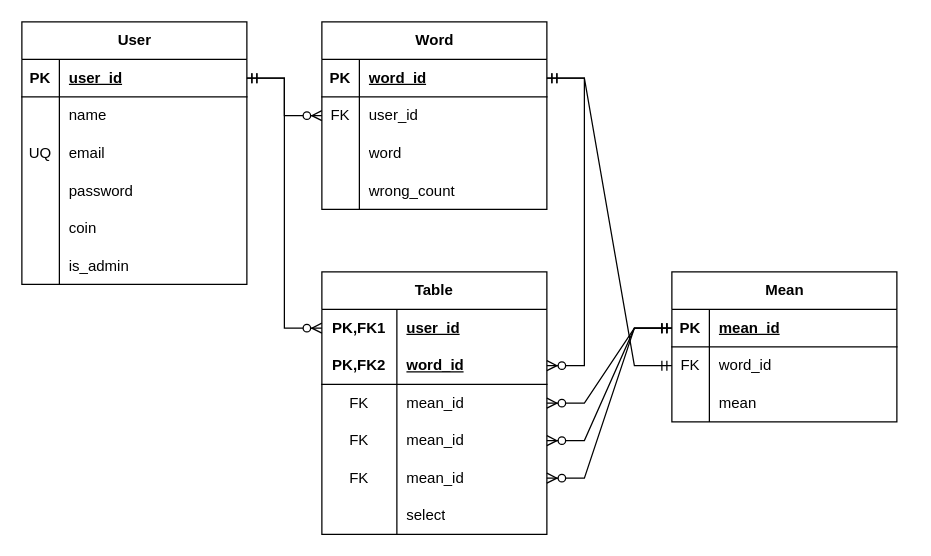
iixanx/triggers_report keeps this draw.io diagram as triggers.erd.drawio. Above is the earlier version. Source tidied: cells renumbered, new cells numbered last; positions are measured from the earlier drawing's top-left corner, leaving out a move shared by most shapes. Both pictures are drawn from the tidied source at 125%, with x=0, y=0 at pixel (21, 21).
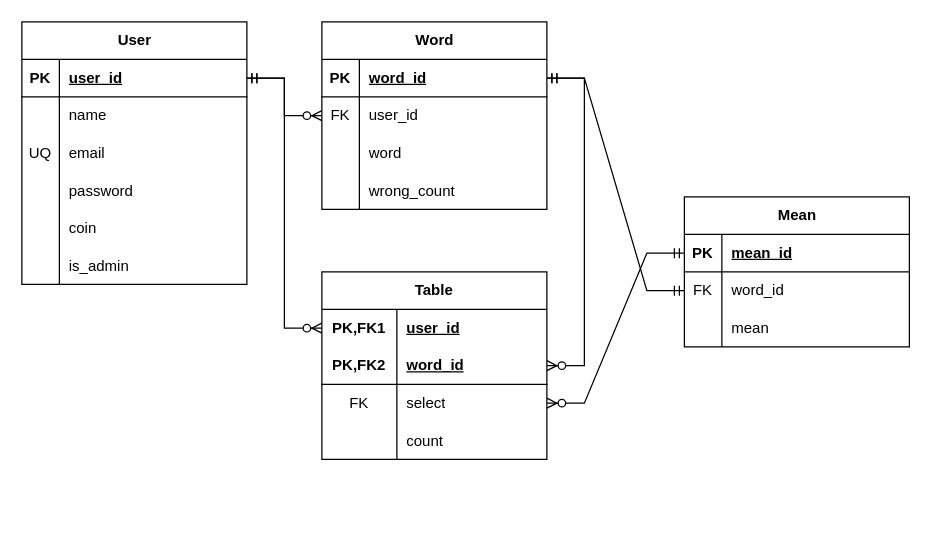
Above is the later version.

Commit message (it also covers changes not shown here):
ERD 업데이트

Unchanged cells that the change refers to:
```xml
<mxCell id="35" style="shape=tableRow;horizontal=0;startSize=0;swimlaneHead=0;swimlaneBody=0;fillColor=none;points=[[0,0.5],[1,0.5]];portConstraint=eastwest;top=0;left=0;right=0;bottom=1;" parent="34" vertex="1">
  <mxGeometry y="30" width="180" height="30" as="geometry" />
</mxCell>
<mxCell id="53" style="shape=tableRow;horizontal=0;startSize=0;swimlaneHead=0;swimlaneBody=0;fillColor=none;points=[[0,0.5],[1,0.5]];portConstraint=eastwest;top=0;left=0;right=0;bottom=0;" parent="46" vertex="1">
  <mxGeometry y="90" width="180" height="30" as="geometry" />
</mxCell>
<mxCell id="56" style="shape=tableRow;horizontal=0;startSize=0;swimlaneHead=0;swimlaneBody=0;fillColor=none;points=[[0,0.5],[1,0.5]];portConstraint=eastwest;top=0;left=0;right=0;bottom=0;" parent="46" vertex="1">
  <mxGeometry y="120" width="180" height="30" as="geometry" />
</mxCell>
```

Diff of the diagram source:
```diff
@@
     <mxCell id="34" value="Mean" style="shape=table;startSize=30;childLayout=tableLayout;rowLines=0;fontStyle=1;align=center;html=1;" parent="1" vertex="1">
-      <mxGeometry x="520" y="200" width="180" height="120" as="geometry" />
+      <mxGeometry x="530" y="140" width="180" height="120" as="geometry" />
     </mxCell>
@@
     <mxCell id="46" value="Table" style="shape=table;startSize=30;childLayout=tableLayout;rowLines=0;fontStyle=1;align=center;html=1;whiteSpace=wrap;" parent="1" vertex="1">
-      <mxGeometry x="240" y="200" width="180" height="210" as="geometry" />
+      <mxGeometry x="240" y="200" width="180" height="150" as="geometry" />
     </mxCell>
@@
-    <mxCell id="54" value="FK" style="shape=partialRectangle;fillColor=none;top=0;left=0;bottom=0;right=0;fontStyle=0;overflow=hidden;whiteSpace=wrap;html=1;" parent="53" vertex="1">
-      <mxGeometry width="60" height="30" as="geometry" />
-    </mxCell>
-    <mxCell id="55" value="mean_id" style="shape=partialRectangle;fillColor=none;top=0;left=0;bottom=0;right=0;align=left;spacingLeft=6;fontStyle=0;overflow=hidden;whiteSpace=wrap;html=1;" parent="53" vertex="1">
-      <mxGeometry x="60" width="120" height="30" as="geometry" />
-    </mxCell>
+    <mxCell id="70" value="FK" style="shape=partialRectangle;fillColor=none;top=0;left=0;bottom=0;right=0;fontStyle=0;overflow=hidden;whiteSpace=wrap;html=1;" parent="53" vertex="1">
+      <mxGeometry width="60" height="30" as="geometry" />
+    </mxCell>
+    <mxCell id="64" value="select" style="shape=partialRectangle;fillColor=none;top=0;left=0;bottom=0;right=0;align=left;spacingLeft=6;fontStyle=0;overflow=hidden;whiteSpace=wrap;html=1;" parent="53" vertex="1">
+      <mxGeometry x="60" width="120" height="30" as="geometry" />
+    </mxCell>
@@
-    <mxCell id="57" value="FK" style="shape=partialRectangle;fillColor=none;top=0;left=0;bottom=0;right=0;fontStyle=0;overflow=hidden;whiteSpace=wrap;html=1;" parent="56" vertex="1">
-      <mxGeometry width="60" height="30" as="geometry" />
-    </mxCell>
-    <mxCell id="58" value="mean_id" style="shape=partialRectangle;fillColor=none;top=0;left=0;bottom=0;right=0;align=left;spacingLeft=6;fontStyle=0;overflow=hidden;whiteSpace=wrap;html=1;" parent="56" vertex="1">
-      <mxGeometry x="60" width="120" height="30" as="geometry" />
-    </mxCell>
-    <mxCell id="59" style="shape=tableRow;horizontal=0;startSize=0;swimlaneHead=0;swimlaneBody=0;fillColor=none;points=[[0,0.5],[1,0.5]];portConstraint=eastwest;top=0;left=0;right=0;bottom=0;" parent="46" vertex="1">
-      <mxGeometry y="150" width="180" height="30" as="geometry" />
-    </mxCell>
-    <mxCell id="60" value="FK" style="shape=partialRectangle;fillColor=none;top=0;left=0;bottom=0;right=0;fontStyle=0;overflow=hidden;whiteSpace=wrap;html=1;" parent="59" vertex="1">
-      <mxGeometry width="60" height="30" as="geometry" />
-    </mxCell>
-    <mxCell id="61" value="mean_id" style="shape=partialRectangle;fillColor=none;top=0;left=0;bottom=0;right=0;align=left;spacingLeft=6;fontStyle=0;overflow=hidden;whiteSpace=wrap;html=1;" parent="59" vertex="1">
-      <mxGeometry x="60" width="120" height="30" as="geometry" />
-    </mxCell>
-    <mxCell id="62" style="shape=tableRow;horizontal=0;startSize=0;swimlaneHead=0;swimlaneBody=0;fillColor=none;top=0;left=0;right=0;bottom=0;html=1;" parent="46" vertex="1">
-      <mxGeometry y="180" width="180" height="30" as="geometry" />
-    </mxCell>
-    <mxCell id="63" style="shape=partialRectangle;fillColor=none;top=0;left=0;bottom=0;right=0;overflow=hidden;html=1;whiteSpace=wrap;" parent="62" vertex="1">
-      <mxGeometry width="60" height="30" as="geometry" />
-    </mxCell>
-    <mxCell id="64" value="select" style="shape=partialRectangle;fillColor=none;top=0;left=0;bottom=0;right=0;align=left;spacingLeft=6;overflow=hidden;html=1;whiteSpace=wrap;" parent="62" vertex="1">
-      <mxGeometry x="60" width="120" height="30" as="geometry" />
-    </mxCell>
+    <mxCell id="71" style="shape=partialRectangle;fillColor=none;top=0;left=0;bottom=0;right=0;overflow=hidden;" parent="56" vertex="1">
+      <mxGeometry width="60" height="30" as="geometry" />
+    </mxCell>
+    <mxCell id="72" value="count" style="shape=partialRectangle;fillColor=none;top=0;left=0;bottom=0;right=0;align=left;spacingLeft=6;overflow=hidden;" parent="56" vertex="1">
+      <mxGeometry x="60" width="120" height="30" as="geometry" />
+    </mxCell>
@@
-    <mxCell id="68" style="edgeStyle=entityRelationEdgeStyle;fontSize=12;html=1;endArrow=ERzeroToMany;startArrow=ERmandOne;rounded=0;" parent="1" edge="1" source="35" target="56">
-      <mxGeometry relative="1" as="geometry" />
-    </mxCell>
-    <mxCell id="69" style="edgeStyle=entityRelationEdgeStyle;fontSize=12;html=1;endArrow=ERzeroToMany;startArrow=ERmandOne;rounded=0;" parent="1" edge="1" source="35" target="59">
-      <mxGeometry relative="1" as="geometry" />
-    </mxCell>
```
